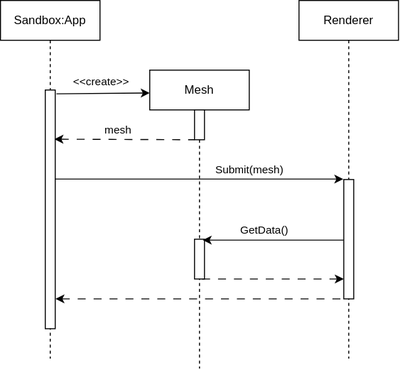
Before: docs/renderer/meshes/mesh_creation.drawio.svg, a diagram exported from draw.io (wolfel1/Raytracy). Source tidied: cells renumbered, new cells last; positions are measured from the earlier drawing's top-left corner, leaving out a move shared by most shapes.
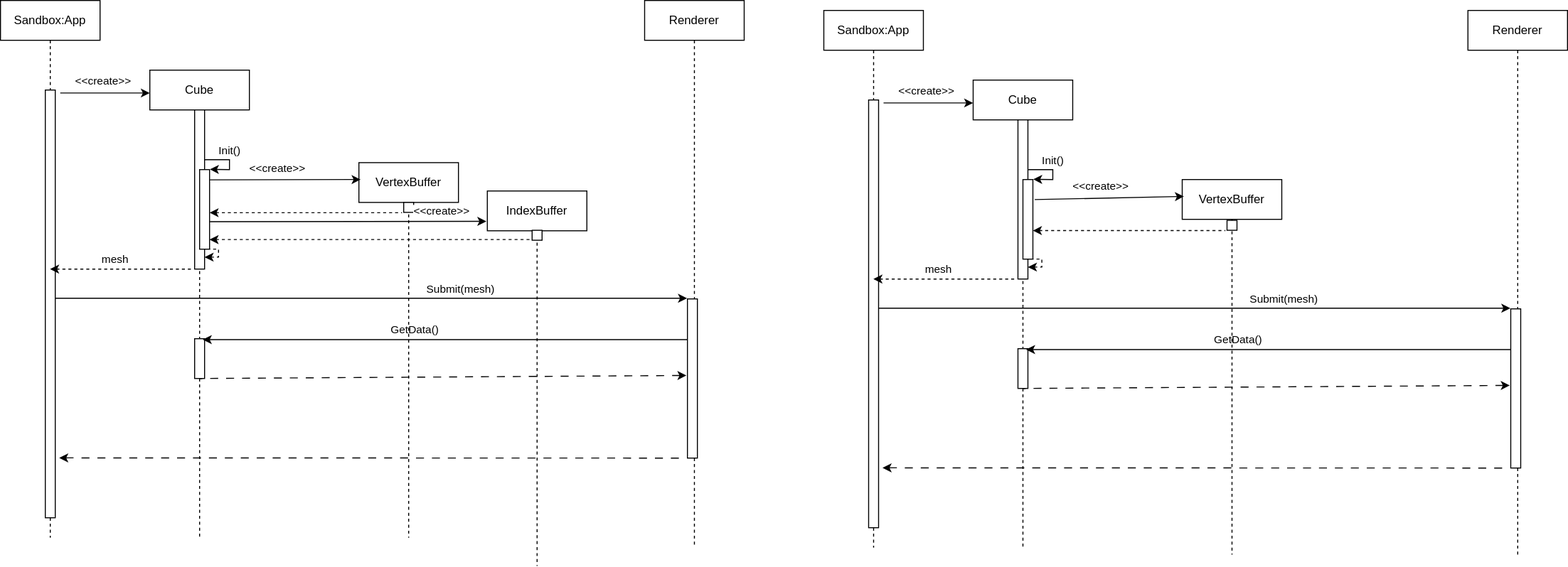
The same diagram one commit later.

Change to the diagram source:
```diff
@@ -2,17 +2,18 @@
   <root>
     <mxCell id="0" />
     <mxCell id="1" parent="0" />
-    <mxCell id="2" value="Mesh" style="shape=umlLifeline;perimeter=lifelinePerimeter;whiteSpace=wrap;html=1;size=40;" parent="1" vertex="1">
-      <mxGeometry x="150" y="70" width="100" height="300" as="geometry" />
+    <mxCell id="2" value="Cube" style="shape=umlLifeline;perimeter=lifelinePerimeter;whiteSpace=wrap;html=1;size=40;" parent="1" vertex="1">
+      <mxGeometry x="150" y="70" width="100" height="470" as="geometry" />
     </mxCell>
     <mxCell id="3" value="Sandbox:App" style="shape=umlLifeline;perimeter=lifelinePerimeter;whiteSpace=wrap;html=1;outlineConnect=0;" parent="1" vertex="1">
-      <mxGeometry width="100" height="360" as="geometry" />
+      <mxGeometry width="100" height="540" as="geometry" />
     </mxCell>
     <mxCell id="4" style="html=1;points=[];perimeter=orthogonalPerimeter;" parent="3" vertex="1">
-      <mxGeometry x="45" y="90" width="10" height="240" as="geometry" />
+      <mxGeometry x="45" y="90" width="10" height="430" as="geometry" />
     </mxCell>
-    <mxCell id="5" style="edgeStyle=none;html=1;exitX=1.128;exitY=0.016;exitDx=0;exitDy=0;exitPerimeter=0;" parent="1" edge="1" source="4">
+    <mxCell id="5" style="edgeStyle=none;html=1;" parent="1" edge="1">
       <mxGeometry relative="1" as="geometry">
+        <mxPoint x="60" y="93" as="sourcePoint" />
         <mxPoint x="150" y="93" as="targetPoint" />
       </mxGeometry>
     </mxCell>
@@ -22,23 +23,13 @@
       </mxGeometry>
     </mxCell>
     <mxCell id="7" value="Renderer" style="shape=umlLifeline;perimeter=lifelinePerimeter;whiteSpace=wrap;html=1;" parent="1" vertex="1">
-      <mxGeometry x="300" width="100" height="360" as="geometry" />
+      <mxGeometry x="647" width="100" height="550" as="geometry" />
     </mxCell>
-    <mxCell id="8" style="html=1;points=[];perimeter=orthogonalPerimeter;fillColor=#FFFFFF;" parent="7" vertex="1">
-      <mxGeometry x="45" y="180" width="10" height="120" as="geometry" />
-    </mxCell>
-    <mxCell id="9" style="edgeStyle=none;html=1;startArrow=classic;startFill=1;endArrow=none;endFill=0;dashed=1;dashPattern=8 8;entryX=0.5;entryY=1;entryDx=0;entryDy=0;entryPerimeter=0;" parent="7" edge="1" target="15">
-      <mxGeometry relative="1" as="geometry">
-        <mxPoint x="45" y="280" as="sourcePoint" />
-      </mxGeometry>
-    </mxCell>
-    <mxCell id="10" style="html=1;points=[];perimeter=orthogonalPerimeter;fillColor=#FFFFFF;" parent="1" vertex="1">
-      <mxGeometry x="195" y="110" width="10" height="30" as="geometry" />
+    <mxCell id="10" style="html=1;points=[];perimeter=orthogonalPerimeter;" parent="1" vertex="1">
+      <mxGeometry x="195" y="110" width="10" height="160" as="geometry" />
     </mxCell>
-    <mxCell id="11" style="edgeStyle=none;html=1;startArrow=classic;startFill=1;endArrow=none;endFill=0;dashed=1;dashPattern=8 8;exitX=0.921;exitY=0.206;exitDx=0;exitDy=0;exitPerimeter=0;" parent="1" edge="1" source="4">
-      <mxGeometry relative="1" as="geometry">
-        <mxPoint x="195" y="140" as="targetPoint" />
-      </mxGeometry>
+    <mxCell id="11" style="edgeStyle=none;html=1;startArrow=classic;startFill=1;endArrow=none;endFill=0;dashed=1;entryX=-0.2;entryY=1;entryDx=0;entryDy=0;entryPerimeter=0;" parent="1" edge="1" source="3" target="10">
+      <mxGeometry relative="1" as="geometry" />
     </mxCell>
     <mxCell id="12" value="mesh" style="edgeLabel;html=1;align=center;verticalAlign=middle;" parent="11" vertex="1">
       <mxGeometry x="0.16" y="2" relative="1" as="geometry">
@@ -53,8 +44,8 @@
         <mxPoint x="17" y="-9" as="offset" />
       </mxGeometry>
     </mxCell>
-    <mxCell id="15" style="html=1;points=[];perimeter=orthogonalPerimeter;fillColor=#FFFFFF;" parent="1" vertex="1">
-      <mxGeometry x="195" y="240" width="10" height="40" as="geometry" />
+    <mxCell id="15" style="html=1;points=[];perimeter=orthogonalPerimeter;" parent="1" vertex="1">
+      <mxGeometry x="195" y="340" width="10" height="40" as="geometry" />
     </mxCell>
     <mxCell id="16" style="edgeStyle=none;html=1;startArrow=none;startFill=0;endArrow=classic;endFill=1;entryX=0.817;entryY=0.023;entryDx=0;entryDy=0;entryPerimeter=0;" parent="1" edge="1" source="8" target="15">
       <mxGeometry relative="1" as="geometry" />
@@ -64,11 +55,181 @@
         <mxPoint y="-10" as="offset" />
       </mxGeometry>
     </mxCell>
-    <mxCell id="18" style="edgeStyle=none;html=1;startArrow=classic;startFill=1;endArrow=none;endFill=0;entryX=-0.045;entryY=-0.004;entryDx=0;entryDy=0;entryPerimeter=0;dashed=1;dashPattern=8 8;" parent="1" edge="1">
-      <mxGeometry relative="1" as="geometry">
-        <mxPoint x="55.2" y="300" as="sourcePoint" />
-        <mxPoint x="344.8" y="300" as="targetPoint" />
-      </mxGeometry>
+    <mxCell id="18" style="edgeStyle=none;html=1;startArrow=classic;startFill=1;endArrow=none;endFill=0;dashed=1;dashPattern=8 8;exitX=1.4;exitY=0.86;exitDx=0;exitDy=0;exitPerimeter=0;entryX=-0.2;entryY=1;entryDx=0;entryDy=0;entryPerimeter=0;" parent="1" edge="1" source="4" target="8">
+      <mxGeometry relative="1" as="geometry" />
     </mxCell>
+    <mxCell id="8" style="html=1;points=[];perimeter=orthogonalPerimeter;" parent="1" vertex="1">
+      <mxGeometry x="690" y="300" width="10" height="160" as="geometry" />
+    </mxCell>
+    <mxCell id="9" style="edgeStyle=none;html=1;startArrow=classic;startFill=1;endArrow=none;endFill=0;dashed=1;dashPattern=8 8;entryX=0.5;entryY=1;entryDx=0;entryDy=0;entryPerimeter=0;exitX=-0.1;exitY=0.481;exitDx=0;exitDy=0;exitPerimeter=0;" parent="1" edge="1" source="8" target="15">
+      <mxGeometry relative="1" as="geometry" />
+    </mxCell>
+    <mxCell id="19" style="endArrow=classic;html=1;entryX=1.031;entryY=-0.003;entryDx=0;entryDy=0;entryPerimeter=0;rounded=0;" parent="1" edge="1" source="10" target="21">
+      <mxGeometry relative="1" as="geometry">
+        <Array as="points">
+          <mxPoint x="230" y="160" />
+          <mxPoint x="230" y="170" />
+        </Array>
+      </mxGeometry>
+    </mxCell>
+    <mxCell id="20" value="Init()" style="edgeLabel;html=1;align=center;verticalAlign=middle;" parent="19" vertex="1">
+      <mxGeometry x="0.28" y="1" relative="1" as="geometry">
+        <mxPoint x="-1" y="-19" as="offset" />
+      </mxGeometry>
+    </mxCell>
+    <mxCell id="21" style="html=1;points=[];perimeter=orthogonalPerimeter;" parent="1" vertex="1">
+      <mxGeometry x="200" y="170" width="10" height="80" as="geometry" />
+    </mxCell>
+    <mxCell id="22" style="edgeStyle=none;html=1;startArrow=classic;startFill=1;endArrow=none;endFill=0;dashed=1;rounded=0;entryX=1.012;entryY=0.999;entryDx=0;entryDy=0;entryPerimeter=0;" parent="1" edge="1" target="21">
+      <mxGeometry relative="1" as="geometry">
+        <mxPoint x="205" y="258" as="sourcePoint" />
+        <Array as="points">
+          <mxPoint x="219" y="258" />
+          <mxPoint x="219" y="250" />
+        </Array>
+      </mxGeometry>
+    </mxCell>
+    <mxCell id="23" value="VertexBuffer" style="shape=umlLifeline;perimeter=lifelinePerimeter;whiteSpace=wrap;html=1;outlineConnect=0;size=40;" parent="1" vertex="1">
+      <mxGeometry x="360" y="170" width="100" height="377" as="geometry" />
+    </mxCell>
+    <mxCell id="24" style="html=1;points=[];perimeter=orthogonalPerimeter;" parent="1" vertex="1">
+      <mxGeometry x="405" y="211" width="10" height="10" as="geometry" />
+    </mxCell>
+    <mxCell id="25" style="edgeStyle=none;html=1;entryX=0.017;entryY=0.045;entryDx=0;entryDy=0;entryPerimeter=0;exitX=1.186;exitY=0.252;exitDx=0;exitDy=0;exitPerimeter=0;" parent="1" edge="1" source="21" target="23">
+      <mxGeometry relative="1" as="geometry" />
+    </mxCell>
+    <mxCell id="26" value="&amp;lt;&amp;lt;create&amp;gt;&amp;gt;" style="edgeLabel;html=1;align=center;verticalAlign=middle;" parent="25" vertex="1">
+      <mxGeometry x="-0.21" y="1" relative="1" as="geometry">
+        <mxPoint x="7" y="-11" as="offset" />
+      </mxGeometry>
+    </mxCell>
+    <mxCell id="27" style="edgeStyle=none;html=1;startArrow=classic;startFill=1;endArrow=none;endFill=0;dashed=1;entryX=-0.167;entryY=1.033;entryDx=0;entryDy=0;entryPerimeter=0;" parent="1" edge="1" source="21" target="24">
+      <mxGeometry relative="1" as="geometry" />
+    </mxCell>
+    <mxCell id="28" value="Cube" style="shape=umlLifeline;perimeter=lifelinePerimeter;whiteSpace=wrap;html=1;size=40;" parent="1" vertex="1">
+      <mxGeometry x="-677" y="60" width="100" height="470" as="geometry" />
+    </mxCell>
+    <mxCell id="29" value="Sandbox:App" style="shape=umlLifeline;perimeter=lifelinePerimeter;whiteSpace=wrap;html=1;outlineConnect=0;" parent="1" vertex="1">
+      <mxGeometry x="-827" y="-10" width="100" height="540" as="geometry" />
+    </mxCell>
+    <mxCell id="30" style="html=1;points=[];perimeter=orthogonalPerimeter;" parent="29" vertex="1">
+      <mxGeometry x="45" y="90" width="10" height="430" as="geometry" />
+    </mxCell>
+    <mxCell id="31" style="edgeStyle=none;html=1;" parent="1" edge="1">
+      <mxGeometry relative="1" as="geometry">
+        <mxPoint x="-767" y="83" as="sourcePoint" />
+        <mxPoint x="-677" y="83" as="targetPoint" />
+      </mxGeometry>
+    </mxCell>
+    <mxCell id="32" value="&amp;lt;&amp;lt;create&amp;gt;&amp;gt;" style="edgeLabel;html=1;align=center;verticalAlign=middle;" parent="31" vertex="1">
+      <mxGeometry x="-0.21" y="1" relative="1" as="geometry">
+        <mxPoint x="7" y="-11" as="offset" />
+      </mxGeometry>
+    </mxCell>
+    <mxCell id="33" value="Renderer" style="shape=umlLifeline;perimeter=lifelinePerimeter;whiteSpace=wrap;html=1;" parent="1" vertex="1">
+      <mxGeometry x="-180" y="-10" width="100" height="550" as="geometry" />
+    </mxCell>
+    <mxCell id="34" style="html=1;points=[];perimeter=orthogonalPerimeter;" parent="1" vertex="1">
+      <mxGeometry x="-632" y="100" width="10" height="160" as="geometry" />
+    </mxCell>
+    <mxCell id="35" style="edgeStyle=none;html=1;startArrow=classic;startFill=1;endArrow=none;endFill=0;dashed=1;entryX=-0.2;entryY=1;entryDx=0;entryDy=0;entryPerimeter=0;" parent="1" edge="1" source="29" target="34">
+      <mxGeometry relative="1" as="geometry" />
+    </mxCell>
+    <mxCell id="36" value="mesh" style="edgeLabel;html=1;align=center;verticalAlign=middle;" parent="35" vertex="1">
+      <mxGeometry x="0.16" y="2" relative="1" as="geometry">
+        <mxPoint x="-18" y="-8" as="offset" />
+      </mxGeometry>
+    </mxCell>
+    <mxCell id="37" style="edgeStyle=none;html=1;startArrow=none;startFill=0;endArrow=classic;endFill=1;entryX=-0.045;entryY=-0.004;entryDx=0;entryDy=0;entryPerimeter=0;" parent="1" edge="1" source="30" target="43">
+      <mxGeometry relative="1" as="geometry" />
+    </mxCell>
+    <mxCell id="38" value="Submit(mesh)" style="edgeLabel;html=1;align=center;verticalAlign=middle;" parent="37" vertex="1">
+      <mxGeometry x="0.23" y="1" relative="1" as="geometry">
+        <mxPoint x="17" y="-9" as="offset" />
+      </mxGeometry>
+    </mxCell>
+    <mxCell id="39" style="html=1;points=[];perimeter=orthogonalPerimeter;" parent="1" vertex="1">
+      <mxGeometry x="-632" y="330" width="10" height="40" as="geometry" />
+    </mxCell>
+    <mxCell id="40" style="edgeStyle=none;html=1;startArrow=none;startFill=0;endArrow=classic;endFill=1;entryX=0.817;entryY=0.023;entryDx=0;entryDy=0;entryPerimeter=0;" parent="1" edge="1" source="43" target="39">
+      <mxGeometry relative="1" as="geometry" />
+    </mxCell>
+    <mxCell id="41" value="GetData()" style="edgeLabel;html=1;align=center;verticalAlign=middle;" parent="40" vertex="1">
+      <mxGeometry x="0.13" relative="1" as="geometry">
+        <mxPoint y="-10" as="offset" />
+      </mxGeometry>
+    </mxCell>
+    <mxCell id="42" style="edgeStyle=none;html=1;startArrow=classic;startFill=1;endArrow=none;endFill=0;dashed=1;dashPattern=8 8;exitX=1.4;exitY=0.86;exitDx=0;exitDy=0;exitPerimeter=0;entryX=-0.2;entryY=1;entryDx=0;entryDy=0;entryPerimeter=0;" parent="1" edge="1" source="30" target="43">
+      <mxGeometry relative="1" as="geometry" />
+    </mxCell>
+    <mxCell id="43" style="html=1;points=[];perimeter=orthogonalPerimeter;" parent="1" vertex="1">
+      <mxGeometry x="-137" y="290" width="10" height="160" as="geometry" />
+    </mxCell>
+    <mxCell id="44" style="edgeStyle=none;html=1;startArrow=classic;startFill=1;endArrow=none;endFill=0;dashed=1;dashPattern=8 8;entryX=0.5;entryY=1;entryDx=0;entryDy=0;entryPerimeter=0;exitX=-0.1;exitY=0.481;exitDx=0;exitDy=0;exitPerimeter=0;" parent="1" edge="1" source="43" target="39">
+      <mxGeometry relative="1" as="geometry" />
+    </mxCell>
+    <mxCell id="45" style="endArrow=classic;html=1;entryX=1.031;entryY=-0.003;entryDx=0;entryDy=0;entryPerimeter=0;rounded=0;" parent="1" edge="1" source="34" target="47">
+      <mxGeometry relative="1" as="geometry">
+        <Array as="points">
+          <mxPoint x="-597" y="150" />
+          <mxPoint x="-597" y="160" />
+        </Array>
+      </mxGeometry>
+    </mxCell>
+    <mxCell id="46" value="Init()" style="edgeLabel;html=1;align=center;verticalAlign=middle;" parent="45" vertex="1">
+      <mxGeometry x="0.28" y="1" relative="1" as="geometry">
+        <mxPoint x="-1" y="-19" as="offset" />
+      </mxGeometry>
+    </mxCell>
+    <mxCell id="47" style="html=1;points=[];perimeter=orthogonalPerimeter;" parent="1" vertex="1">
+      <mxGeometry x="-627" y="160" width="10" height="80" as="geometry" />
+    </mxCell>
+    <mxCell id="48" style="edgeStyle=none;html=1;startArrow=classic;startFill=1;endArrow=none;endFill=0;dashed=1;rounded=0;entryX=1.012;entryY=0.999;entryDx=0;entryDy=0;entryPerimeter=0;" parent="1" edge="1" target="47">
+      <mxGeometry relative="1" as="geometry">
+        <mxPoint x="-622" y="248" as="sourcePoint" />
+        <Array as="points">
+          <mxPoint x="-608" y="248" />
+          <mxPoint x="-608" y="240" />
+        </Array>
+      </mxGeometry>
+    </mxCell>
+    <mxCell id="49" value="VertexBuffer" style="shape=umlLifeline;perimeter=lifelinePerimeter;whiteSpace=wrap;html=1;outlineConnect=0;size=40;" parent="1" vertex="1">
+      <mxGeometry x="-467" y="153" width="100" height="377" as="geometry" />
+    </mxCell>
+    <mxCell id="50" style="html=1;points=[];perimeter=orthogonalPerimeter;" parent="1" vertex="1">
+      <mxGeometry x="-422" y="193" width="10" height="10" as="geometry" />
+    </mxCell>
+    <mxCell id="51" style="edgeStyle=none;html=1;entryX=0.017;entryY=0.045;entryDx=0;entryDy=0;entryPerimeter=0;exitX=1.033;exitY=0.129;exitDx=0;exitDy=0;exitPerimeter=0;" parent="1" edge="1" source="47" target="49">
+      <mxGeometry relative="1" as="geometry" />
+    </mxCell>
+    <mxCell id="52" value="&amp;lt;&amp;lt;create&amp;gt;&amp;gt;" style="edgeLabel;html=1;align=center;verticalAlign=middle;" parent="51" vertex="1">
+      <mxGeometry x="-0.21" y="1" relative="1" as="geometry">
+        <mxPoint x="7" y="-11" as="offset" />
+      </mxGeometry>
+    </mxCell>
+    <mxCell id="53" style="edgeStyle=none;html=1;startArrow=classic;startFill=1;endArrow=none;endFill=0;dashed=1;entryX=-0.167;entryY=1.033;entryDx=0;entryDy=0;entryPerimeter=0;" parent="1" edge="1" source="47" target="50">
+      <mxGeometry relative="1" as="geometry" />
+    </mxCell>
+    <mxCell id="54" value="IndexBuffer" style="shape=umlLifeline;perimeter=lifelinePerimeter;whiteSpace=wrap;html=1;size=40;" parent="1" vertex="1">
+      <mxGeometry x="-338" y="181.5" width="100" height="377" as="geometry" />
+    </mxCell>
+    <mxCell id="55" style="edgeStyle=none;html=1;exitX=1.033;exitY=0.654;exitDx=0;exitDy=0;exitPerimeter=0;" parent="1" edge="1" source="47">
+      <mxGeometry relative="1" as="geometry">
+        <mxPoint x="-339" y="212" as="targetPoint" />
+      </mxGeometry>
+    </mxCell>
+    <mxCell id="56" value="&amp;lt;&amp;lt;create&amp;gt;&amp;gt;" style="edgeLabel;html=1;align=center;verticalAlign=middle;" parent="55" vertex="1">
+      <mxGeometry x="-0.21" y="1" relative="1" as="geometry">
+        <mxPoint x="122" y="-10" as="offset" />
+      </mxGeometry>
+    </mxCell>
+    <mxCell id="57" style="html=1;points=[];perimeter=orthogonalPerimeter;" parent="1" vertex="1">
+      <mxGeometry x="-293" y="221" width="10" height="10" as="geometry" />
+    </mxCell>
+    <mxCell id="58" style="edgeStyle=none;html=1;startArrow=classic;startFill=1;endArrow=none;endFill=0;dashed=1;" parent="1" edge="1" target="57">
+      <mxGeometry relative="1" as="geometry">
+        <mxPoint x="-617" y="230.3" as="sourcePoint" />
+      </mxGeometry>
+    </mxCell>
   </root>
 </mxGraphModel>
```
